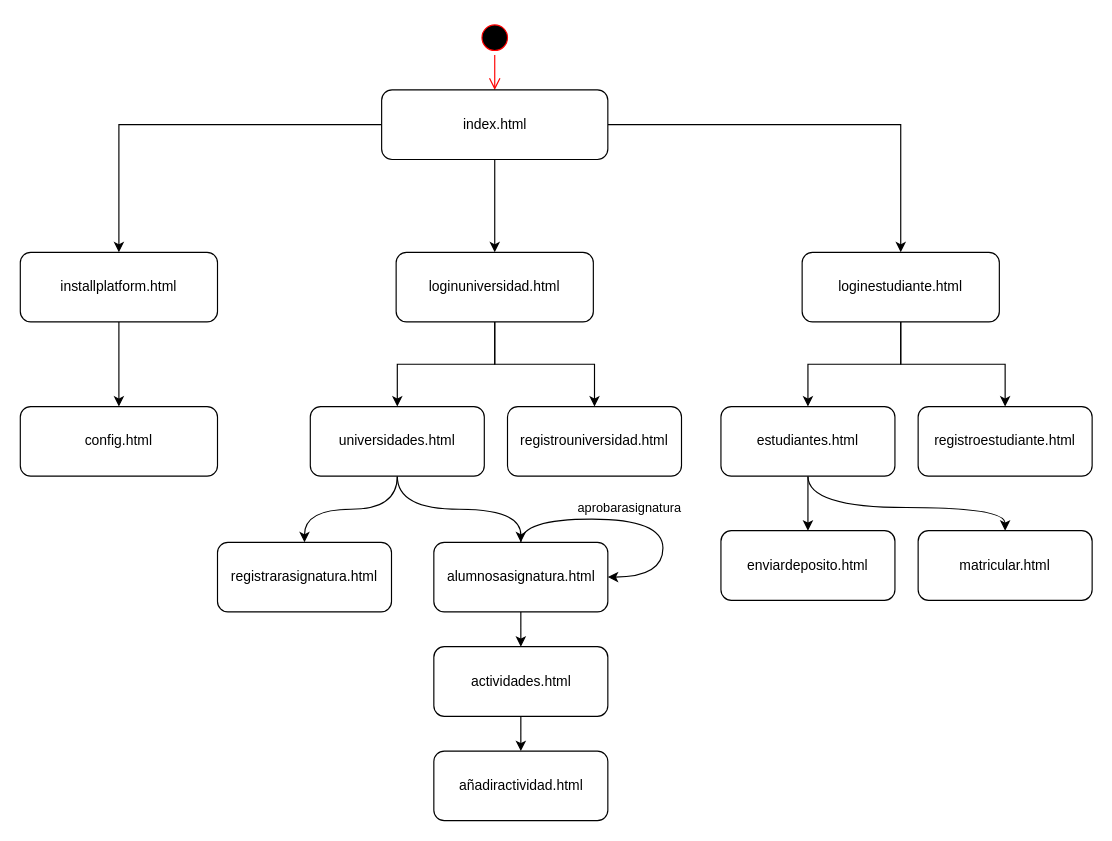
The draw.io diagram page "mapa navegacion" (1 of 3) of docs/MapaNavegacion.drawio in jpges/UNIR_TFE, before the edit. Source tidied: cells renumbered, new cells numbered last; positions are measured from the earlier drawing's top-left corner, leaving out a move shared by most shapes. Both pictures are drawn from the tidied source at 116%, with x=0, y=0 at pixel (20, 20).
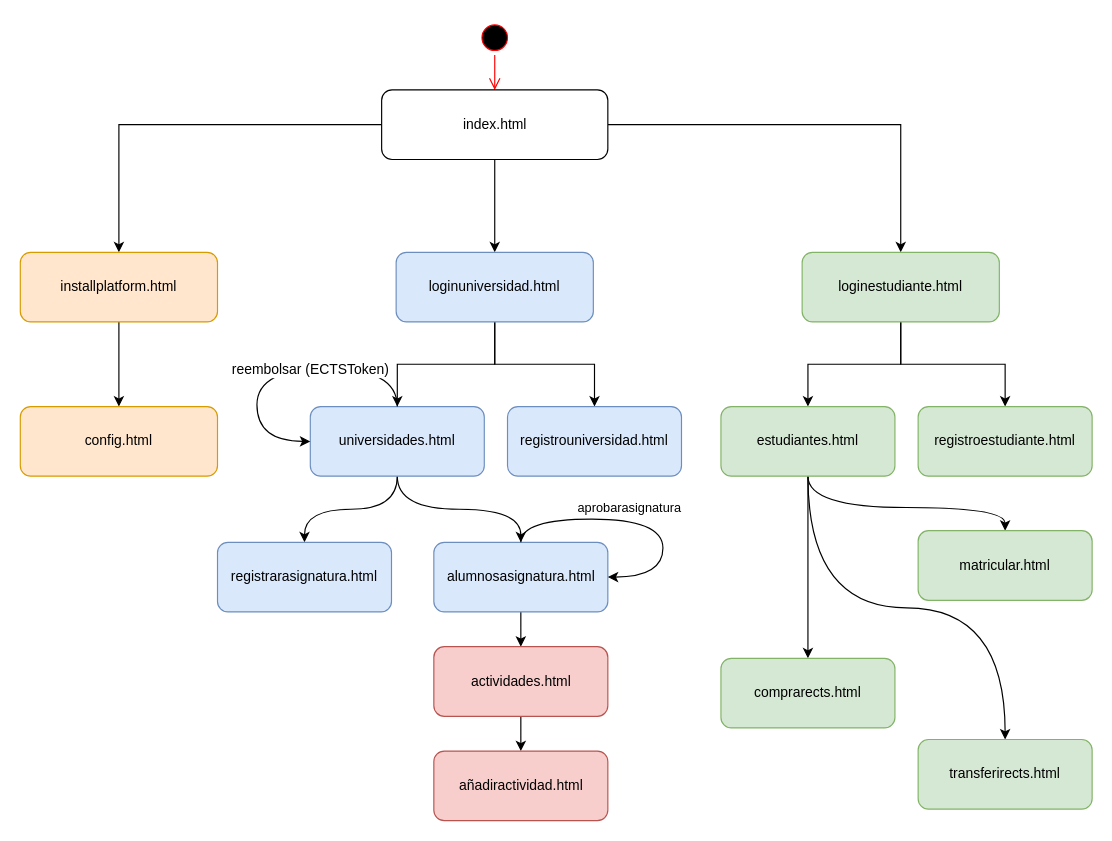
Above is the later version.

Change to the diagram source:
```diff
@@
-    <mxCell id="9" value="installplatform.html" style="rounded=1;whiteSpace=wrap;html=1;" parent="1" vertex="1">
+    <mxCell id="9" value="installplatform.html" style="rounded=1;whiteSpace=wrap;html=1;fillColor=#ffe6cc;strokeColor=#d79b00;" parent="1" vertex="1">
       <mxGeometry y="200" width="170" height="60" as="geometry" />
     </mxCell>
@@
-    <mxCell id="12" value="loginuniversidad.html" style="rounded=1;whiteSpace=wrap;html=1;" parent="1" vertex="1">
+    <mxCell id="12" value="loginuniversidad.html" style="rounded=1;whiteSpace=wrap;html=1;fillColor=#dae8fc;strokeColor=#6c8ebf;" parent="1" vertex="1">
       <mxGeometry x="324" y="200" width="170" height="60" as="geometry" />
     </mxCell>
@@
-    <mxCell id="15" value="loginestudiante.html" style="rounded=1;whiteSpace=wrap;html=1;" parent="1" vertex="1">
+    <mxCell id="15" value="loginestudiante.html" style="rounded=1;whiteSpace=wrap;html=1;fillColor=#d5e8d4;strokeColor=#82b366;" parent="1" vertex="1">
       <mxGeometry x="674" y="200" width="170" height="60" as="geometry" />
     </mxCell>
-    <mxCell id="16" value="config.html" style="rounded=1;whiteSpace=wrap;html=1;" parent="1" vertex="1">
+    <mxCell id="16" value="config.html" style="rounded=1;whiteSpace=wrap;html=1;fillColor=#ffe6cc;strokeColor=#d79b00;" parent="1" vertex="1">
       <mxGeometry y="333" width="170" height="60" as="geometry" />
     </mxCell>
@@
-    <mxCell id="19" value="universidades.html" style="rounded=1;whiteSpace=wrap;html=1;" parent="1" vertex="1">
+    <mxCell id="19" value="universidades.html" style="rounded=1;whiteSpace=wrap;html=1;fillColor=#dae8fc;strokeColor=#6c8ebf;" parent="1" vertex="1">
       <mxGeometry x="250" y="333" width="150" height="60" as="geometry" />
     </mxCell>
-    <mxCell id="20" value="registrouniversidad.html" style="rounded=1;whiteSpace=wrap;html=1;" parent="1" vertex="1">
+    <mxCell id="20" value="registrouniversidad.html" style="rounded=1;whiteSpace=wrap;html=1;fillColor=#dae8fc;strokeColor=#6c8ebf;" parent="1" vertex="1">
       <mxGeometry x="420" y="333" width="150" height="60" as="geometry" />
     </mxCell>
-    <mxCell id="21" style="edgeStyle=orthogonalEdgeStyle;curved=1;rounded=0;jettySize=auto;html=1;" parent="1" edge="1" source="23" target="32">
+    <mxCell id="21" style="edgeStyle=orthogonalEdgeStyle;curved=1;rounded=0;jettySize=auto;html=1;exitX=0.5;exitY=1;exitDx=0;exitDy=0;" parent="1" edge="1" source="23" target="32">
       <mxGeometry relative="1" as="geometry" />
     </mxCell>
@@
+    <mxCell id="34" style="edgeStyle=orthogonalEdgeStyle;curved=1;rounded=0;jettySize=auto;html=1;" parent="1" edge="1" source="23" target="35">
+      <mxGeometry relative="1" as="geometry" />
+    </mxCell>
-    <mxCell id="23" value="estudiantes.html" style="rounded=1;whiteSpace=wrap;html=1;" parent="1" vertex="1">
+    <mxCell id="23" value="estudiantes.html" style="rounded=1;whiteSpace=wrap;html=1;fillColor=#d5e8d4;strokeColor=#82b366;" parent="1" vertex="1">
       <mxGeometry x="604" y="333" width="150" height="60" as="geometry" />
     </mxCell>
-    <mxCell id="24" value="registroestudiante.html" style="rounded=1;whiteSpace=wrap;html=1;" parent="1" vertex="1">
+    <mxCell id="24" value="registroestudiante.html" style="rounded=1;whiteSpace=wrap;html=1;fillColor=#d5e8d4;strokeColor=#82b366;" parent="1" vertex="1">
       <mxGeometry x="774" y="333" width="150" height="60" as="geometry" />
     </mxCell>
@@
-    <mxCell id="26" value="alumnosasignatura.html" style="rounded=1;whiteSpace=wrap;html=1;" parent="1" vertex="1">
+    <mxCell id="26" value="alumnosasignatura.html" style="rounded=1;whiteSpace=wrap;html=1;fillColor=#dae8fc;strokeColor=#6c8ebf;" parent="1" vertex="1">
       <mxGeometry x="356.5" y="450" width="150" height="60" as="geometry" />
     </mxCell>
-    <mxCell id="27" value="registrarasignatura.html" style="rounded=1;whiteSpace=wrap;html=1;" parent="1" vertex="1">
+    <mxCell id="27" value="registrarasignatura.html" style="rounded=1;whiteSpace=wrap;html=1;fillColor=#dae8fc;strokeColor=#6c8ebf;" parent="1" vertex="1">
       <mxGeometry x="170" y="450" width="150" height="60" as="geometry" />
     </mxCell>
@@
-    <mxCell id="29" value="actividades.html" style="rounded=1;whiteSpace=wrap;html=1;" parent="1" vertex="1">
+    <mxCell id="29" value="actividades.html" style="rounded=1;whiteSpace=wrap;html=1;fillColor=#f8cecc;strokeColor=#b85450;" parent="1" vertex="1">
       <mxGeometry x="356.5" y="540" width="150" height="60" as="geometry" />
     </mxCell>
-    <mxCell id="30" value="añadiractividad.html" style="rounded=1;whiteSpace=wrap;html=1;" parent="1" vertex="1">
+    <mxCell id="30" value="añadiractividad.html" style="rounded=1;whiteSpace=wrap;html=1;fillColor=#f8cecc;strokeColor=#b85450;" parent="1" vertex="1">
       <mxGeometry x="356.5" y="630" width="150" height="60" as="geometry" />
     </mxCell>
@@
-    <mxCell id="32" value="enviardeposito.html" style="rounded=1;whiteSpace=wrap;html=1;" parent="1" vertex="1">
-      <mxGeometry x="604" y="440" width="150" height="60" as="geometry" />
+    <mxCell id="32" value="transferirects.html" style="rounded=1;whiteSpace=wrap;html=1;fillColor=#d5e8d4;strokeColor=#82b366;" parent="1" vertex="1">
+      <mxGeometry x="774" y="620" width="150" height="60" as="geometry" />
     </mxCell>
-    <mxCell id="33" value="matricular.html" style="rounded=1;whiteSpace=wrap;html=1;" parent="1" vertex="1">
+    <mxCell id="33" value="matricular.html" style="rounded=1;whiteSpace=wrap;html=1;fillColor=#d5e8d4;strokeColor=#82b366;" parent="1" vertex="1">
       <mxGeometry x="774" y="440" width="150" height="60" as="geometry" />
     </mxCell>
+    <mxCell id="35" value="comprarects.html" style="rounded=1;whiteSpace=wrap;html=1;fillColor=#d5e8d4;strokeColor=#82b366;" parent="1" vertex="1">
+      <mxGeometry x="604" y="550" width="150" height="60" as="geometry" />
+    </mxCell>
+    <mxCell id="36" style="edgeStyle=orthogonalEdgeStyle;curved=1;rounded=0;orthogonalLoop=1;jettySize=auto;html=1;entryX=0;entryY=0.5;entryDx=0;entryDy=0;" parent="1" edge="1" source="19" target="19">
+      <mxGeometry relative="1" as="geometry">
+        <Array as="points">
+          <mxPoint x="325" y="300" />
+          <mxPoint x="204" y="300" />
+          <mxPoint x="204" y="363" />
+        </Array>
+      </mxGeometry>
+    </mxCell>
+    <mxCell id="37" value="reembolsar (ECTSToken)" style="text;html=1;align=center;verticalAlign=middle;labelBackgroundColor=#ffffff;" parent="36" vertex="1">
+      <mxGeometry x="-0.17" relative="1" as="geometry" />
+    </mxCell>
```
